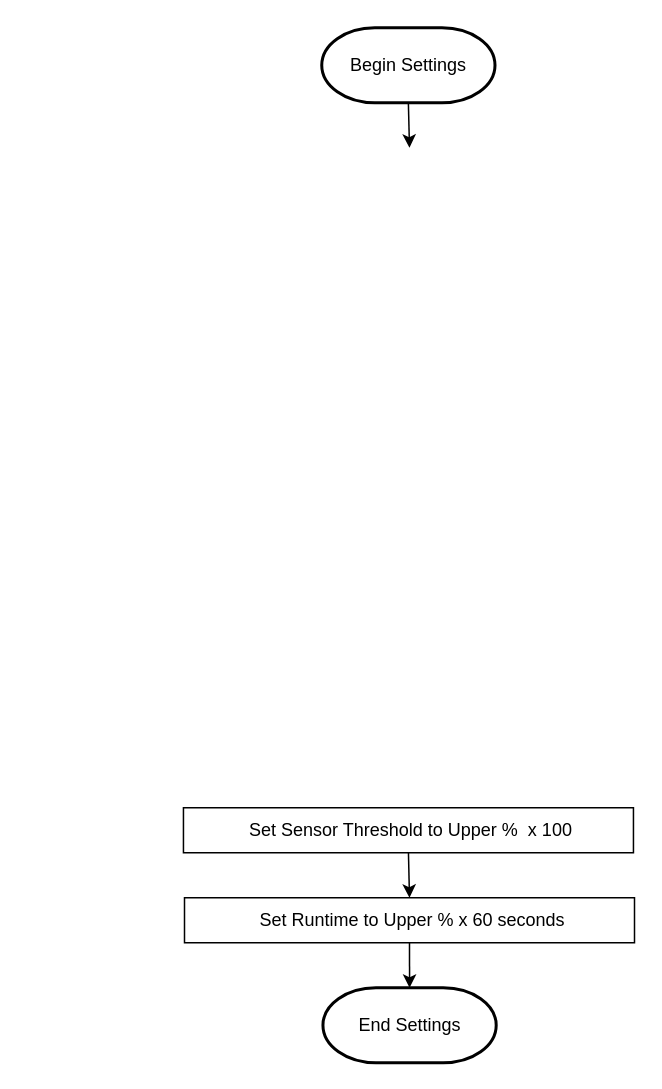
The draw.io diagram images/Smart Watering Conversion.drawio in jamesking020773/jamesking020773.github.io, before the edit. Source tidied: cells renumbered, new cells numbered last; positions are measured from the earlier drawing's top-left corner, leaving out a move shared by most shapes. Both pictures are drawn from the tidied source at 150%, with x=0, y=0 at pixel (183, 27).
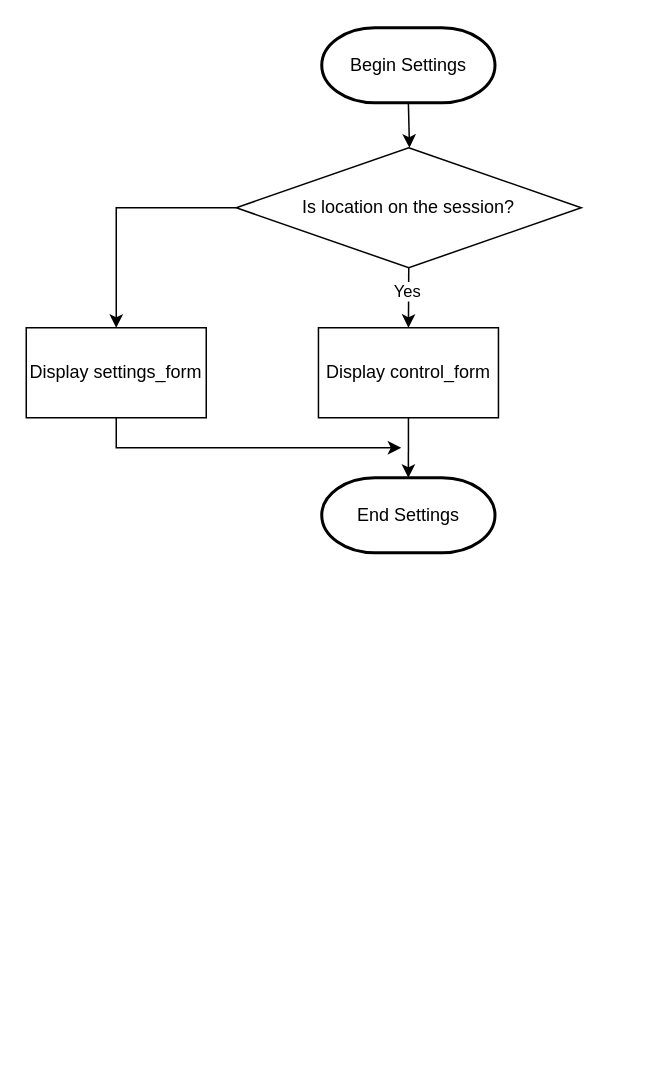
Above is the later version.

What changed in the source:
```diff
@@
 <mxGraphModel>
   <root>
     <mxCell id="0" />
     <mxCell id="1" parent="0" />
     <mxCell id="2" value="Begin Settings" style="strokeWidth=2;html=1;shape=mxgraph.flowchart.terminator;whiteSpace=wrap;" parent="1" vertex="1">
       <mxGeometry x="92" width="115.5" height="50" as="geometry" />
     </mxCell>
     <mxCell id="3" value="End Settings" style="strokeWidth=2;html=1;shape=mxgraph.flowchart.terminator;whiteSpace=wrap;" parent="1" vertex="1">
-      <mxGeometry x="92.8" y="640" width="115.5" height="50" as="geometry" />
+      <mxGeometry x="92" y="300" width="115.5" height="50" as="geometry" />
     </mxCell>
     <mxCell id="4" style="endArrow=classic;html=1;rounded=0;exitX=0.5;exitY=1;exitDx=0;exitDy=0;exitPerimeter=0;entryX=0.5;entryY=0;entryDx=0;entryDy=0;" parent="1" edge="1" source="2">
       <mxGeometry relative="1" as="geometry">
         <mxPoint x="150.5" y="80" as="targetPoint" />
       </mxGeometry>
     </mxCell>
-    <mxCell id="5" value="&amp;nbsp;Set Sensor Threshold to Upper %&amp;nbsp; x 100" style="rounded=0;whiteSpace=wrap;html=1;" parent="1" vertex="1">
-      <mxGeometry x="-0.2" y="520" width="300" height="30" as="geometry" />
-    </mxCell>
-    <mxCell id="6" value="&amp;nbsp;Set Runtime to Upper % x 60 seconds" style="rounded=0;whiteSpace=wrap;html=1;" parent="1" vertex="1">
-      <mxGeometry x="0.5" y="580" width="300" height="30" as="geometry" />
-    </mxCell>
-    <mxCell id="7" style="endArrow=classic;html=1;rounded=0;exitX=0.5;exitY=1;exitDx=0;exitDy=0;entryX=0.5;entryY=0;entryDx=0;entryDy=0;" parent="1" edge="1" source="5" target="6">
-      <mxGeometry relative="1" as="geometry" />
-    </mxCell>
-    <mxCell id="8" style="endArrow=classic;html=1;rounded=0;exitX=0.5;exitY=1;exitDx=0;exitDy=0;entryX=0.5;entryY=0;entryDx=0;entryDy=0;entryPerimeter=0;" parent="1" edge="1" source="6" target="3">
-      <mxGeometry relative="1" as="geometry" />
-    </mxCell>
+    <mxCell id="9" value="Is location on the session?" style="rhombus;whiteSpace=wrap;html=1;" parent="1" vertex="1">
+      <mxGeometry x="35" y="80" width="230" height="80" as="geometry" />
+    </mxCell>
+    <mxCell id="10" value="Display control_form" style="rounded=0;whiteSpace=wrap;html=1;" parent="1" vertex="1">
+      <mxGeometry x="89.8" y="200" width="120" height="60" as="geometry" />
+    </mxCell>
+    <mxCell id="11" style="endArrow=classic;html=1;rounded=0;exitX=0.5;exitY=1;exitDx=0;exitDy=0;entryX=0.5;entryY=0;entryDx=0;entryDy=0;" parent="1" edge="1" source="9" target="10">
+      <mxGeometry relative="1" as="geometry" />
+    </mxCell>
+    <mxCell id="12" value="Yes" style="edgeLabel;html=1;align=center;verticalAlign=middle;" parent="11" vertex="1">
+      <mxGeometry x="-0.2" y="-1" relative="1" as="geometry" />
+    </mxCell>
+    <mxCell id="13" style="endArrow=classic;html=1;rounded=0;exitX=0.5;exitY=1;exitDx=0;exitDy=0;entryX=0.5;entryY=0;entryDx=0;entryDy=0;entryPerimeter=0;" parent="1" edge="1" source="10" target="3">
+      <mxGeometry relative="1" as="geometry" />
+    </mxCell>
+    <mxCell id="14" value="Display settings_form" style="rounded=0;whiteSpace=wrap;html=1;" parent="1" vertex="1">
+      <mxGeometry x="-105" y="200" width="120" height="60" as="geometry" />
+    </mxCell>
+    <mxCell id="15" style="endArrow=classic;html=1;rounded=0;exitX=0;exitY=0.5;exitDx=0;exitDy=0;entryX=0.5;entryY=0;entryDx=0;entryDy=0;" parent="1" edge="1" source="9" target="14">
+      <mxGeometry relative="1" as="geometry">
+        <Array as="points">
+          <mxPoint x="-45" y="120" />
+        </Array>
+      </mxGeometry>
+    </mxCell>
+    <mxCell id="16" style="endArrow=classic;html=1;rounded=0;exitX=0.5;exitY=1;exitDx=0;exitDy=0;" parent="1" edge="1" source="14">
+      <mxGeometry relative="1" as="geometry">
+        <mxPoint x="145" y="280" as="targetPoint" />
+        <Array as="points">
+          <mxPoint x="-45" y="280" />
+        </Array>
+      </mxGeometry>
+    </mxCell>
   </root>
 </mxGraphModel>
```
